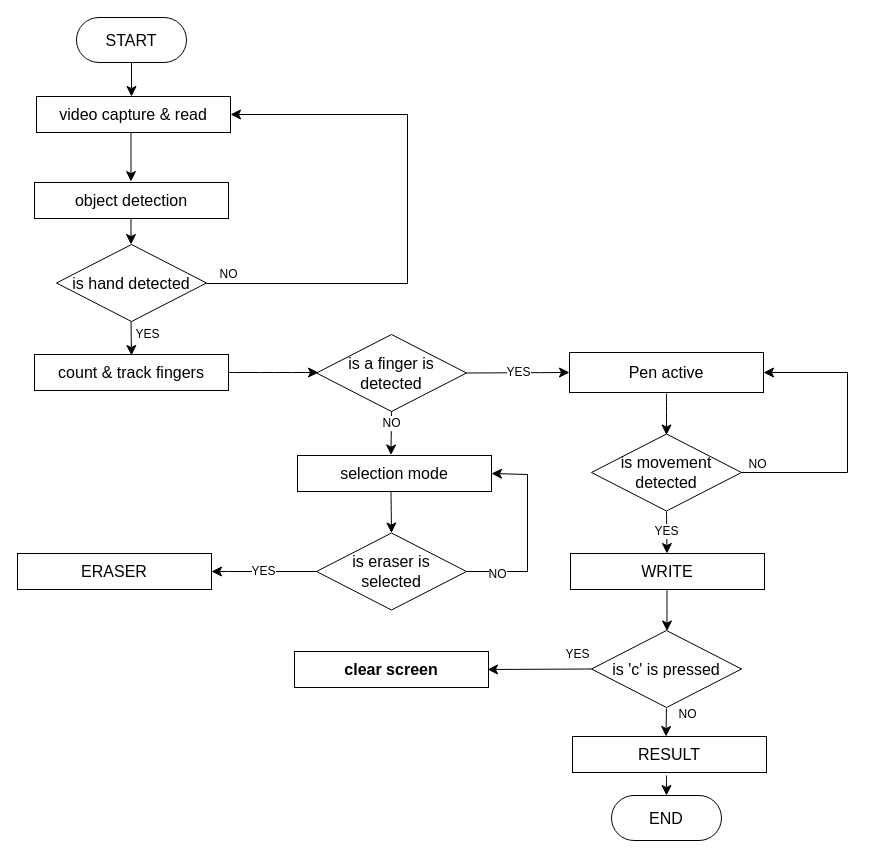
The draw.io diagram project.drawio in Noodle-onthe-ice/Noodle-onthe-ice, before the edit. Source tidied: cells renumbered, new cells numbered last; positions are measured from the earlier drawing's top-left corner, leaving out a move shared by most shapes. Both pictures are drawn from the tidied source at 100%, with x=0, y=0 at pixel (17, 17).
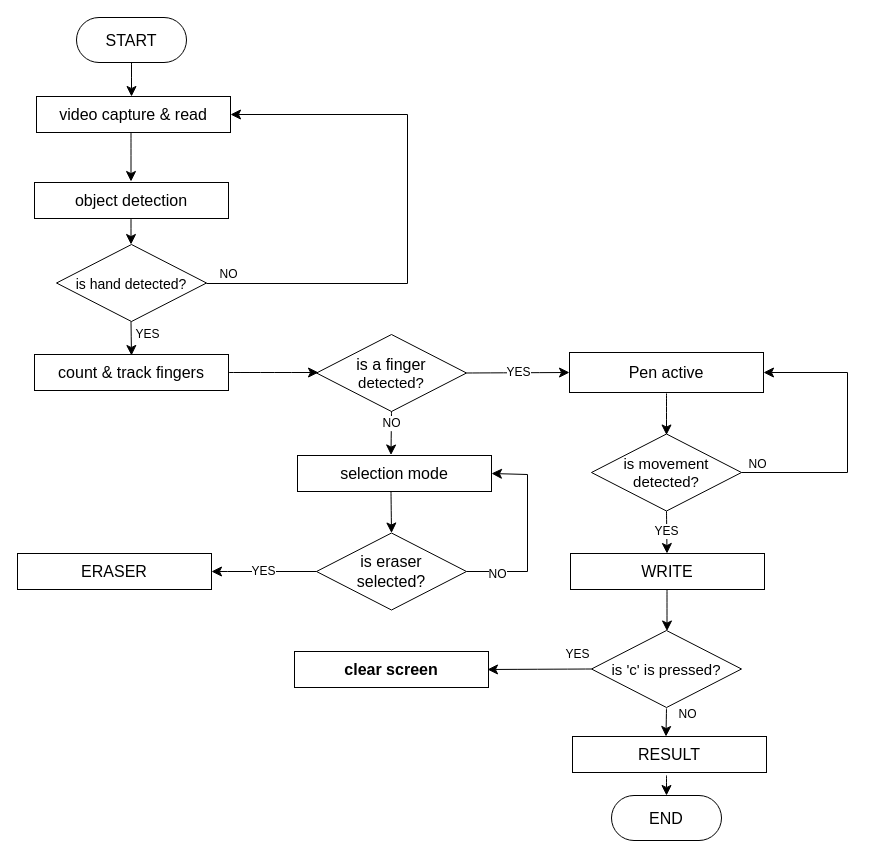
The same diagram, later.

What changed in the source:
```diff
@@
-    <mxCell id="6" value="&lt;div&gt;is eraser is &lt;br&gt;&lt;/div&gt;&lt;div&gt;selected&lt;br&gt;&lt;/div&gt;" style="rhombus;whiteSpace=wrap;html=1;fontSize=16;" parent="1" vertex="1">
+    <mxCell id="6" value="&lt;div&gt;is eraser &lt;br&gt;&lt;/div&gt;&lt;div&gt;selected?&lt;br&gt;&lt;/div&gt;" style="rhombus;whiteSpace=wrap;html=1;fontSize=16;" parent="1" vertex="1">
       <mxGeometry x="299" y="515.5" width="150" height="77" as="geometry" />
     </mxCell>
@@
-    <mxCell id="16" value="&lt;div&gt;is a finger is &lt;br&gt;&lt;/div&gt;&lt;div&gt;detected&lt;br&gt;&lt;/div&gt;" style="rhombus;whiteSpace=wrap;html=1;fontSize=16;" parent="1" vertex="1">
+    <mxCell id="16" value="&lt;div&gt;is a finger &lt;br&gt;&lt;/div&gt;&lt;div style=&quot;font-size: 15px;&quot;&gt;detected?&lt;br&gt;&lt;/div&gt;" style="rhombus;whiteSpace=wrap;html=1;fontSize=16;" parent="1" vertex="1">
       <mxGeometry x="299" y="317" width="150" height="77" as="geometry" />
     </mxCell>
-    <mxCell id="17" value="is hand detected " style="rhombus;whiteSpace=wrap;html=1;fontSize=16;" parent="1" vertex="1">
+    <mxCell id="17" value="&lt;font style=&quot;font-size: 14px;&quot;&gt;is hand detected? &lt;/font&gt;" style="rhombus;whiteSpace=wrap;html=1;fontSize=16;" parent="1" vertex="1">
       <mxGeometry x="39" y="227" width="150" height="77" as="geometry" />
     </mxCell>
-    <mxCell id="18" value="is 'c' is pressed" style="rhombus;whiteSpace=wrap;html=1;fontSize=16;" parent="1" vertex="1">
+    <mxCell id="18" value="&lt;font style=&quot;font-size: 15px;&quot;&gt;is 'c' is pressed?&lt;/font&gt;" style="rhombus;whiteSpace=wrap;html=1;fontSize=16;" parent="1" vertex="1">
       <mxGeometry x="574" y="613" width="150" height="77" as="geometry" />
     </mxCell>
-    <mxCell id="19" value="&lt;div&gt;is movement &lt;br&gt;&lt;/div&gt;&lt;div&gt;detected&lt;br&gt;&lt;/div&gt;" style="rhombus;whiteSpace=wrap;html=1;fontSize=16;" parent="1" vertex="1">
+    <mxCell id="19" value="&lt;div style=&quot;font-size: 15px;&quot;&gt;&lt;font style=&quot;font-size: 15px;&quot;&gt;is movement &lt;br&gt;&lt;/font&gt;&lt;/div&gt;&lt;div style=&quot;font-size: 15px;&quot;&gt;&lt;font style=&quot;font-size: 15px;&quot;&gt;detected?&lt;font style=&quot;font-size: 15px;&quot;&gt;&lt;br&gt;&lt;/font&gt;&lt;/font&gt;&lt;/div&gt;" style="rhombus;whiteSpace=wrap;html=1;fontSize=16;" parent="1" vertex="1">
       <mxGeometry x="574" y="416.5" width="150" height="77" as="geometry" />
     </mxCell>
```
